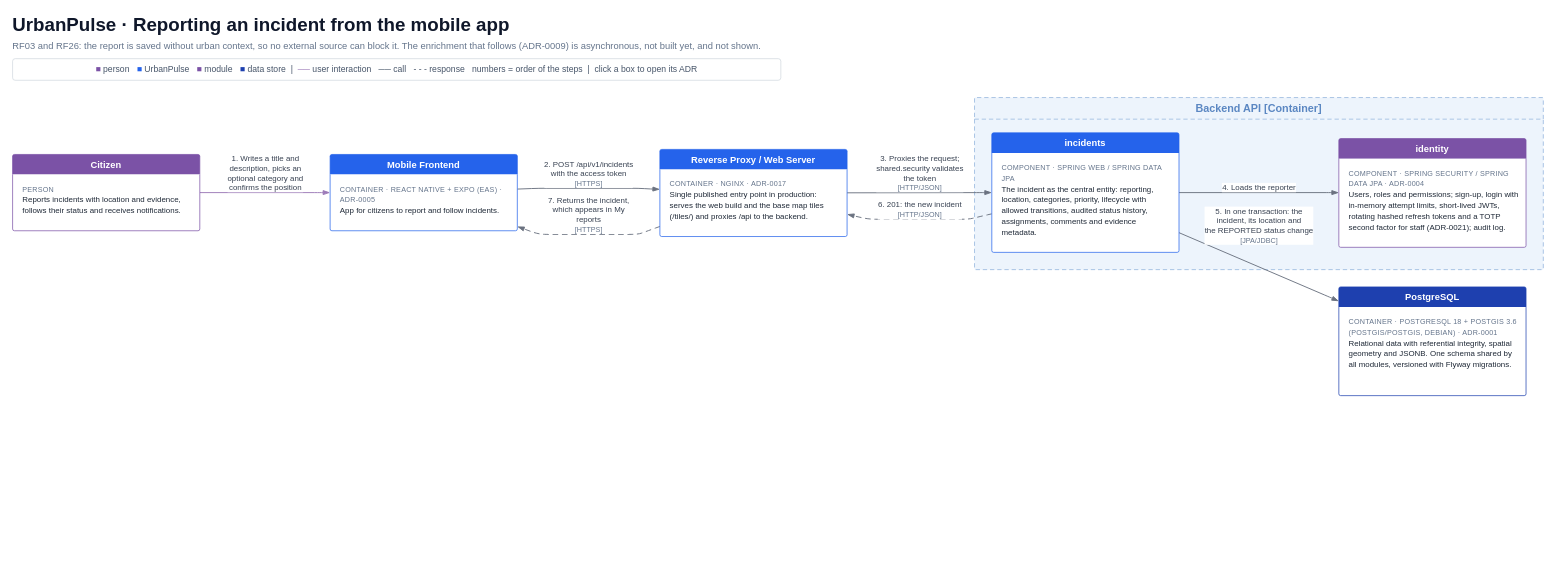
The draw.io diagram page "10 · Reporting an incident from the mobile app" (10 of 10) of docs/architecture/UrbanPulse-C4.drawio in Dalibex/urban-incidence-manager, before the edit. Source tidied: cells renumbered, new cells numbered last; positions are measured from the earlier drawing's top-left corner, leaving out a move shared by most shapes. Both pictures are drawn from the tidied source at 72%, with x=0, y=0 at pixel (12, 12).
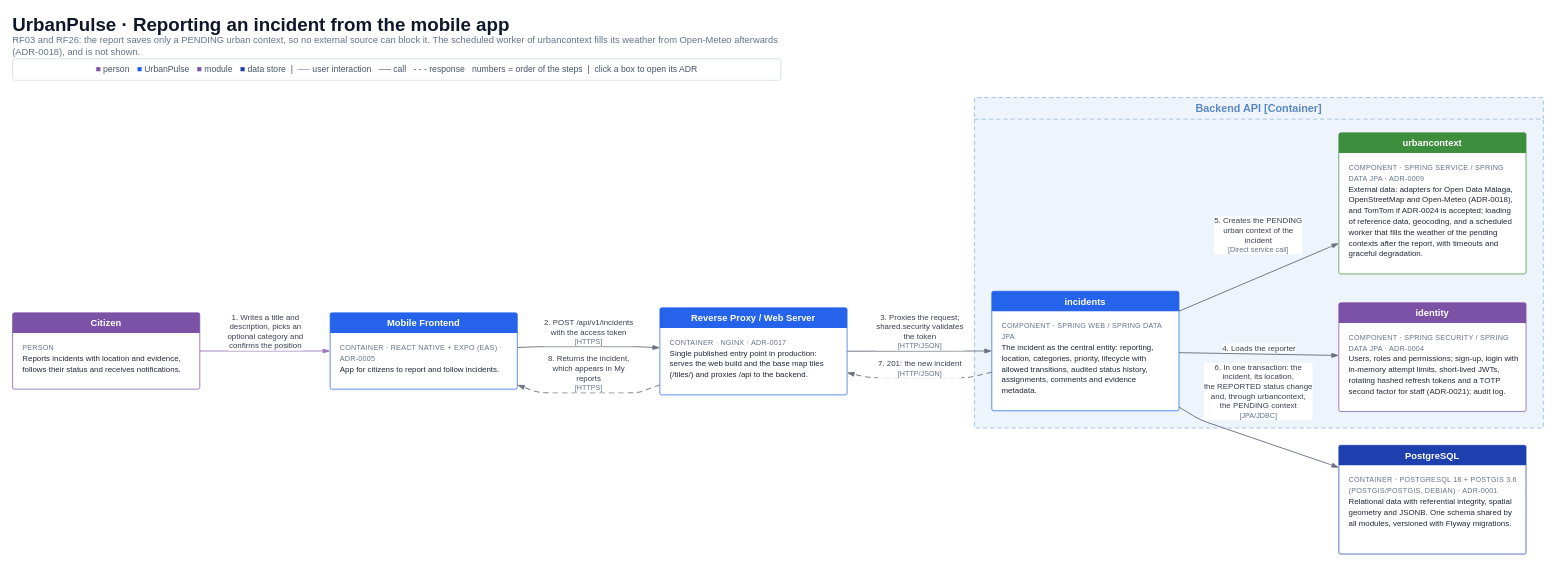
Above is the later version.

Commit message (it also covers changes not shown here):
docs: describe the weather enrichment and show it in the C4 model

Diff of the diagram source:
```diff
@@
-    <mxCell id="3" value="RF03 and RF26: the report is saved without urban context, so no external source can block it. The enrichment that follows (ADR-0009) is asynchronous, not built yet, and not shown." style="text;html=1;whiteSpace=wrap;align=left;verticalAlign=middle;fontFamily=Helvetica;fontSize=13;fontColor=#64748B;spacing=0;" parent="1" vertex="1">
+    <mxCell id="3" value="RF03 and RF26: the report saves only a PENDING urban context, so no external source can block it. The scheduled worker of urbancontext fills its weather from Open-Meteo afterwards (ADR-0018), and is not shown." style="text;html=1;whiteSpace=wrap;align=left;verticalAlign=middle;fontFamily=Helvetica;fontSize=13;fontColor=#64748B;spacing=0;" parent="1" vertex="1">
       <mxGeometry y="36" width="1100" height="20" as="geometry" />
     </mxCell>
@@
     <mxCell id="5" value="Backend API  [Container]" style="swimlane;html=1;whiteSpace=wrap;rounded=1;arcSize=1;dashed=1;dashPattern=6 4;startSize=30;fillColor=#EDF4FC;swimlaneFillColor=#EDF4FC;strokeColor=#8DB0DB;fontColor=#5B87C2;fontFamily=Helvetica;fontSize=15;fontStyle=1;" parent="1" vertex="1">
-      <mxGeometry x="1336" y="118" width="790" height="239" as="geometry" />
+      <mxGeometry x="1336" y="118" width="790" height="459" as="geometry" />
     </mxCell>
     <mxCell id="6" value="1. Writes a title and&lt;br&gt;description, picks an&lt;br&gt;optional category and&lt;br&gt;confirms the position" style="edgeStyle=none;rounded=1;arcSize=20;html=1;strokeColor=#9C7AB8;strokeWidth=1.3;endArrow=blockThin;endFill=1;endSize=7;fontFamily=Helvetica;fontSize=11;fontColor=#374151;labelBackgroundColor=#FFFFFF;spacing=2;" parent="1" edge="1" source="13" target="15">
       <mxGeometry relative="1" as="geometry">
         <Array as="points">
-          <mxPoint x="429" y="250" />
+          <mxPoint x="429" y="470" />
         </Array>
         <mxPoint y="-27" as="offset" />
       </mxGeometry>
     </mxCell>
     <mxCell id="7" value="2. POST /api/v1/incidents&lt;br&gt;with the access token&lt;br&gt;&lt;font style=&quot;font-size:10px&quot; color=&quot;#64748B&quot;&gt;[HTTPS]&lt;/font&gt;" style="edgeStyle=none;rounded=1;arcSize=20;html=1;strokeColor=#6b7280;strokeWidth=1.3;endArrow=blockThin;endFill=1;endSize=7;fontFamily=Helvetica;fontSize=11;fontColor=#374151;labelBackgroundColor=#FFFFFF;spacing=2;" parent="1" edge="1" source="15" target="23">
       <mxGeometry relative="1" as="geometry">
         <Array as="points">
-          <mxPoint x="731" y="244" />
-          <mxPoint x="869" y="244" />
-          <mxPoint x="887" y="245" />
+          <mxPoint x="731" y="464" />
+          <mxPoint x="869" y="464" />
+          <mxPoint x="887" y="465" />
         </Array>
         <mxPoint y="-20" as="offset" />
       </mxGeometry>
     </mxCell>
     <mxCell id="8" value="3. Proxies the request;&lt;br&gt;shared.security validates&lt;br&gt;the token&lt;br&gt;&lt;font style=&quot;font-size:10px&quot; color=&quot;#64748B&quot;&gt;[HTTP/JSON]&lt;/font&gt;" style="edgeStyle=none;rounded=1;arcSize=20;html=1;strokeColor=#6b7280;strokeWidth=1.3;endArrow=blockThin;endFill=1;endSize=7;fontFamily=Helvetica;fontSize=11;fontColor=#374151;labelBackgroundColor=#FFFFFF;spacing=2;" parent="1" edge="1" source="23" target="19">
       <mxGeometry relative="1" as="geometry">
         <Array as="points">
-          <mxPoint x="1349" y="250" />
+          <mxPoint x="1349" y="470" />
         </Array>
         <mxPoint y="-27" as="offset" />
       </mxGeometry>
     </mxCell>
     <mxCell id="9" value="4. Loads the reporter" style="edgeStyle=none;rounded=1;arcSize=20;html=1;strokeColor=#6b7280;strokeWidth=1.3;endArrow=blockThin;endFill=1;endSize=7;fontFamily=Helvetica;fontSize=11;fontColor=#374151;labelBackgroundColor=#FFFFFF;spacing=2;" parent="1" edge="1" source="19" target="17">
       <mxGeometry relative="1" as="geometry">
         <Array as="points">
-          <mxPoint x="1830" y="250" />
+          <mxPoint x="1830" y="476" />
         </Array>
-        <mxPoint y="-7" as="offset" />
+        <mxPoint y="-8" as="offset" />
       </mxGeometry>
     </mxCell>
-    <mxCell id="10" value="5. In one transaction: the&lt;br&gt;incident, its location and&lt;br&gt;the REPORTED status change&lt;br&gt;&lt;font style=&quot;font-size:10px&quot; color=&quot;#64748B&quot;&gt;[JPA/JDBC]&lt;/font&gt;" style="edgeStyle=none;rounded=1;arcSize=20;html=1;strokeColor=#6b7280;strokeWidth=1.3;endArrow=blockThin;endFill=1;endSize=7;fontFamily=Helvetica;fontSize=11;fontColor=#374151;labelBackgroundColor=#FFFFFF;spacing=2;" parent="1" edge="1" source="19" target="21">
+    <mxCell id="10" value="5. Creates the PENDING&lt;br&gt;urban context of the&lt;br&gt;incident&lt;br&gt;&lt;font style=&quot;font-size:10px&quot; color=&quot;#64748B&quot;&gt;[Direct service call]&lt;/font&gt;" style="edgeStyle=none;rounded=1;arcSize=20;html=1;strokeColor=#6b7280;strokeWidth=1.3;endArrow=blockThin;endFill=1;endSize=7;fontFamily=Helvetica;fontSize=11;fontColor=#374151;labelBackgroundColor=#FFFFFF;spacing=2;" parent="1" edge="1" source="19" target="26">
       <mxGeometry relative="1" as="geometry">
         <Array as="points">
-          <mxPoint x="1831" y="396" />
+          <mxPoint x="1831" y="325" />
         </Array>
-        <mxPoint y="-57" as="offset" />
+        <mxPoint x="-1" y="-58" as="offset" />
       </mxGeometry>
     </mxCell>
-    <mxCell id="11" value="6. 201: the new incident&lt;br&gt;&lt;font style=&quot;font-size:10px&quot; color=&quot;#64748B&quot;&gt;[HTTP/JSON]&lt;/font&gt;" style="edgeStyle=none;rounded=1;arcSize=20;html=1;strokeColor=#6b7280;strokeWidth=1.3;endArrow=blockThin;endFill=1;endSize=7;dashed=1;dashPattern=6 4;fontFamily=Helvetica;fontSize=11;fontColor=#374151;labelBackgroundColor=#FFFFFF;spacing=2;" parent="1" edge="1" source="19" target="23">
+    <mxCell id="11" value="6. In one transaction: the&lt;br&gt;incident, its location,&lt;br&gt;the REPORTED status change&lt;br&gt;and, through urbancontext,&lt;br&gt;the PENDING context&lt;br&gt;&lt;font style=&quot;font-size:10px&quot; color=&quot;#64748B&quot;&gt;[JPA/JDBC]&lt;/font&gt;" style="edgeStyle=none;rounded=1;arcSize=20;html=1;strokeColor=#6b7280;strokeWidth=1.3;endArrow=blockThin;endFill=1;endSize=7;fontFamily=Helvetica;fontSize=11;fontColor=#374151;labelBackgroundColor=#FFFFFF;spacing=2;" parent="1" edge="1" source="19" target="21">
       <mxGeometry relative="1" as="geometry">
         <Array as="points">
-          <mxPoint x="1349" y="282" />
-          <mxPoint x="1328" y="287" />
-          <mxPoint x="1189" y="287" />
+          <mxPoint x="1650" y="566" />
+          <mxPoint x="1831" y="628" />
         </Array>
-        <mxPoint y="-13" as="offset" />
+        <mxPoint x="1" y="-67" as="offset" />
       </mxGeometry>
     </mxCell>
-    <mxCell id="12" value="7. Returns the incident,&lt;br&gt;which appears in My&lt;br&gt;reports&lt;br&gt;&lt;font style=&quot;font-size:10px&quot; color=&quot;#64748B&quot;&gt;[HTTPS]&lt;/font&gt;" style="edgeStyle=none;rounded=1;arcSize=20;html=1;strokeColor=#6b7280;strokeWidth=1.3;endArrow=blockThin;endFill=1;endSize=7;dashed=1;dashPattern=6 4;fontFamily=Helvetica;fontSize=11;fontColor=#374151;labelBackgroundColor=#FFFFFF;spacing=2;" parent="1" edge="1" source="23" target="15">
+    <mxCell id="12" value="7. 201: the new incident&lt;br&gt;&lt;font style=&quot;font-size:10px&quot; color=&quot;#64748B&quot;&gt;[HTTP/JSON]&lt;/font&gt;" style="edgeStyle=none;rounded=1;arcSize=20;html=1;strokeColor=#6b7280;strokeWidth=1.3;endArrow=blockThin;endFill=1;endSize=7;dashed=1;dashPattern=6 4;fontFamily=Helvetica;fontSize=11;fontColor=#374151;labelBackgroundColor=#FFFFFF;spacing=2;" parent="1" edge="1" source="19" target="23">
       <mxGeometry relative="1" as="geometry">
         <Array as="points">
-          <mxPoint x="888" y="301" />
-          <mxPoint x="869" y="308" />
-          <mxPoint x="731" y="308" />
+          <mxPoint x="1349" y="502" />
+          <mxPoint x="1328" y="507" />
+          <mxPoint x="1189" y="507" />
         </Array>
-        <mxPoint y="-27" as="offset" />
+        <mxPoint y="-13" as="offset" />
       </mxGeometry>
     </mxCell>
+    <mxCell id="25" value="8. Returns the incident,&lt;br&gt;which appears in My&lt;br&gt;reports&lt;br&gt;&lt;font style=&quot;font-size:10px&quot; color=&quot;#64748B&quot;&gt;[HTTPS]&lt;/font&gt;" style="edgeStyle=none;rounded=1;arcSize=20;html=1;strokeColor=#6b7280;strokeWidth=1.3;endArrow=blockThin;endFill=1;endSize=7;dashed=1;dashPattern=6 4;fontFamily=Helvetica;fontSize=11;fontColor=#374151;labelBackgroundColor=#FFFFFF;spacing=2;" parent="1" edge="1" source="23" target="15">
+      <mxGeometry relative="1" as="geometry">
+        <Array as="points">
+          <mxPoint x="888" y="521" />
+          <mxPoint x="869" y="528" />
+          <mxPoint x="731" y="528" />
+        </Array>
+        <mxPoint y="-27" as="offset" />
+      </mxGeometry>
+    </mxCell>
     <mxCell id="13" value="Citizen" style="swimlane;html=1;whiteSpace=wrap;rounded=1;arcSize=3;startSize=28;fillColor=#7b52a6;swimlaneFillColor=#FFFFFF;strokeColor=#7b52a6;fontColor=#ffffff;fontFamily=Helvetica;fontSize=13;fontStyle=1;swimlaneLine=0;" parent="1" vertex="1">
-      <mxGeometry y="197" width="260" height="106" as="geometry" />
+      <mxGeometry y="417" width="260" height="106" as="geometry" />
     </mxCell>
@@
     <mxCell id="15" value="Mobile Frontend" style="swimlane;html=1;whiteSpace=wrap;rounded=1;arcSize=3;startSize=28;fillColor=#2563eb;swimlaneFillColor=#FFFFFF;strokeColor=#2563eb;fontColor=#ffffff;fontFamily=Helvetica;fontSize=13;fontStyle=1;swimlaneLine=0;" parent="1" vertex="1">
-      <mxGeometry x="441" y="197" width="260" height="106" as="geometry" />
+      <mxGeometry x="441" y="417" width="260" height="106" as="geometry" />
     </mxCell>
@@
     <mxCell id="17" value="identity" style="swimlane;html=1;whiteSpace=wrap;rounded=1;arcSize=3;startSize=28;fillColor=#7b52a6;swimlaneFillColor=#FFFFFF;strokeColor=#7b52a6;fontColor=#ffffff;fontFamily=Helvetica;fontSize=13;fontStyle=1;swimlaneLine=0;" parent="1" vertex="1">
-      <mxGeometry x="1842" y="175" width="260" height="151" as="geometry" />
+      <mxGeometry x="1842" y="403" width="260" height="151" as="geometry" />
     </mxCell>
@@
     <mxCell id="19" value="incidents" style="swimlane;html=1;whiteSpace=wrap;rounded=1;arcSize=3;startSize=28;fillColor=#2563eb;swimlaneFillColor=#FFFFFF;strokeColor=#2563eb;fontColor=#ffffff;fontFamily=Helvetica;fontSize=13;fontStyle=1;swimlaneLine=0;" parent="1" vertex="1">
-      <mxGeometry x="1360" y="167" width="260" height="166" as="geometry" />
+      <mxGeometry x="1360" y="387" width="260" height="166" as="geometry" />
     </mxCell>
@@
+    <mxCell id="26" value="urbancontext" style="swimlane;html=1;whiteSpace=wrap;rounded=1;arcSize=3;startSize=28;fillColor=#3d8f3d;swimlaneFillColor=#FFFFFF;strokeColor=#3d8f3d;fontColor=#ffffff;fontFamily=Helvetica;fontSize=13;fontStyle=1;swimlaneLine=0;" parent="1" vertex="1">
+      <mxGeometry x="1842" y="167" width="260" height="196" as="geometry" />
+    </mxCell>
+    <mxCell id="27" value="&lt;div style=&quot;color:#64748B;font-size:10px;line-height:15px;letter-spacing:0.3px;&quot;&gt;COMPONENT · SPRING SERVICE / SPRING DATA JPA · ADR-0009&lt;/div&gt;&lt;div style=&quot;line-height:15px;&quot;&gt;External data: adapters for Open Data Málaga, OpenStreetMap and Open-Meteo (ADR-0018), and TomTom if ADR-0024 is accepted; loading of reference data, geocoding, and a scheduled worker that fills the weather of the pending contexts after the report, with timeouts and graceful degradation.&lt;/div&gt;" style="text;html=1;whiteSpace=wrap;align=left;verticalAlign=top;fontFamily=Helvetica;fontSize=11;fontColor=#1F2937;spacingLeft=12;spacingRight=10;spacingTop=6;" parent="26" vertex="1">
+      <mxGeometry y="28" width="260" height="168" as="geometry" />
+    </mxCell>
     <mxCell id="21" value="PostgreSQL" style="swimlane;html=1;whiteSpace=wrap;rounded=1;arcSize=3;startSize=28;fillColor=#1e40af;swimlaneFillColor=#FFFFFF;strokeColor=#1e40af;fontColor=#ffffff;fontFamily=Helvetica;fontSize=13;fontStyle=1;swimlaneLine=0;" parent="1" vertex="1">
-      <mxGeometry x="1842" y="381" width="260" height="151" as="geometry" />
+      <mxGeometry x="1842" y="601" width="260" height="151" as="geometry" />
     </mxCell>
@@
     <mxCell id="23" value="Reverse Proxy / Web Server" style="swimlane;html=1;whiteSpace=wrap;rounded=1;arcSize=3;startSize=28;fillColor=#2563eb;swimlaneFillColor=#FFFFFF;strokeColor=#2563eb;fontColor=#ffffff;fontFamily=Helvetica;fontSize=13;fontStyle=1;swimlaneLine=0;" parent="1" vertex="1">
-      <mxGeometry x="899" y="190" width="260" height="121" as="geometry" />
+      <mxGeometry x="899" y="410" width="260" height="121" as="geometry" />
     </mxCell>
```
